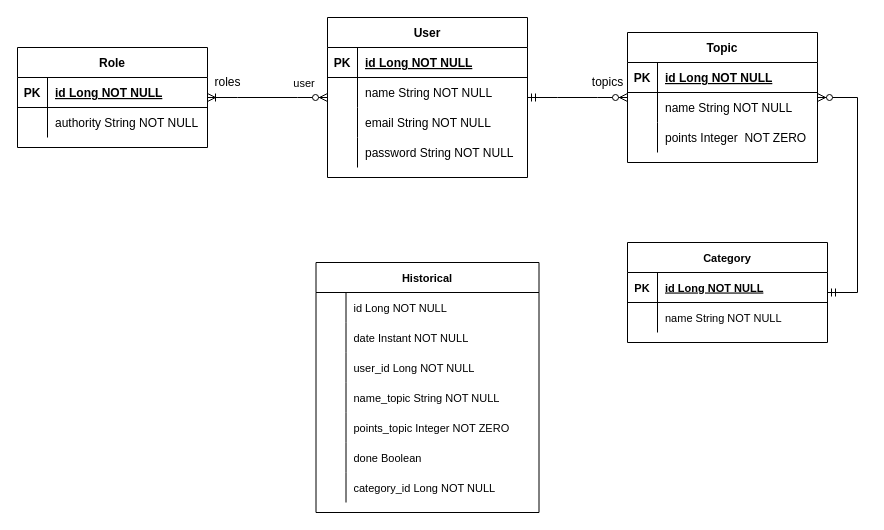
Thalles-Trevizan/Data-Lake-of-Life keeps this draw.io diagram as Date Lake of Life Diagram.drawio. Above is the earlier version. Source tidied: cells renumbered, new cells numbered last; positions are measured from the earlier drawing's top-left corner, leaving out a move shared by most shapes. Both pictures are drawn from the tidied source at 100%, with x=0, y=0 at pixel (17, 17).
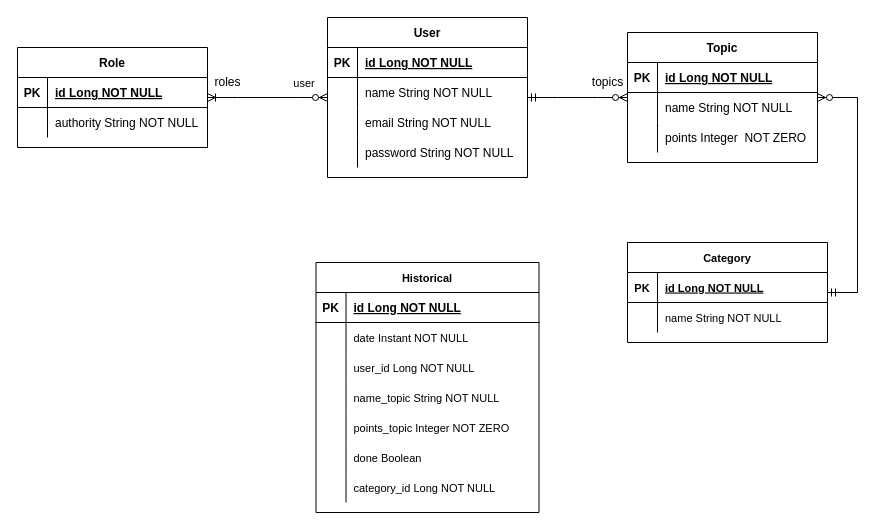
After the change.

The change refers to these unchanged cells:
```xml
<mxCell id="43" value="Historical" style="shape=table;startSize=30;childLayout=tableLayout;rowLines=0;fontStyle=1;align=center;fontSize=11;" parent="1" vertex="1">
  <mxGeometry x="298.5" y="245" width="223" height="250" as="geometry" />
</mxCell>
```

What changed in the source:
```diff
@@
-    <mxCell id="44" style="shape=tableRow;horizontal=0;startSize=0;swimlaneHead=0;swimlaneBody=0;fillColor=none;top=0;left=0;right=0;bottom=0;fontSize=11;" parent="43" vertex="1">
-      <mxGeometry y="30" width="223" height="30" as="geometry" />
-    </mxCell>
-    <mxCell id="45" style="shape=partialRectangle;fillColor=none;top=0;left=0;bottom=0;right=0;overflow=hidden;fontSize=11;" parent="44" vertex="1">
-      <mxGeometry width="30" height="30" as="geometry" />
-    </mxCell>
+    <mxCell id="65" style="shape=tableRow;horizontal=0;startSize=0;swimlaneHead=0;swimlaneBody=0;fillColor=none;top=0;left=0;right=0;bottom=1;" parent="43" vertex="1">
+      <mxGeometry y="30" width="223" height="30" as="geometry" />
+    </mxCell>
+    <mxCell id="66" value="PK" style="shape=partialRectangle;fillColor=none;top=0;left=0;bottom=0;right=0;fontStyle=1;overflow=hidden;" parent="65" vertex="1">
+      <mxGeometry width="30" height="30" as="geometry" />
+    </mxCell>
-    <mxCell id="46" value="id Long NOT NULL" style="shape=partialRectangle;fillColor=none;top=0;left=0;bottom=0;right=0;align=left;spacingLeft=6;overflow=hidden;fontSize=11;" parent="44" vertex="1">
+    <mxCell id="46" value="id Long NOT NULL" style="shape=partialRectangle;fillColor=none;top=0;left=0;bottom=0;right=0;align=left;spacingLeft=6;fontStyle=5;overflow=hidden;" parent="65" vertex="1">
       <mxGeometry x="30" width="193" height="30" as="geometry" />
     </mxCell>
```
